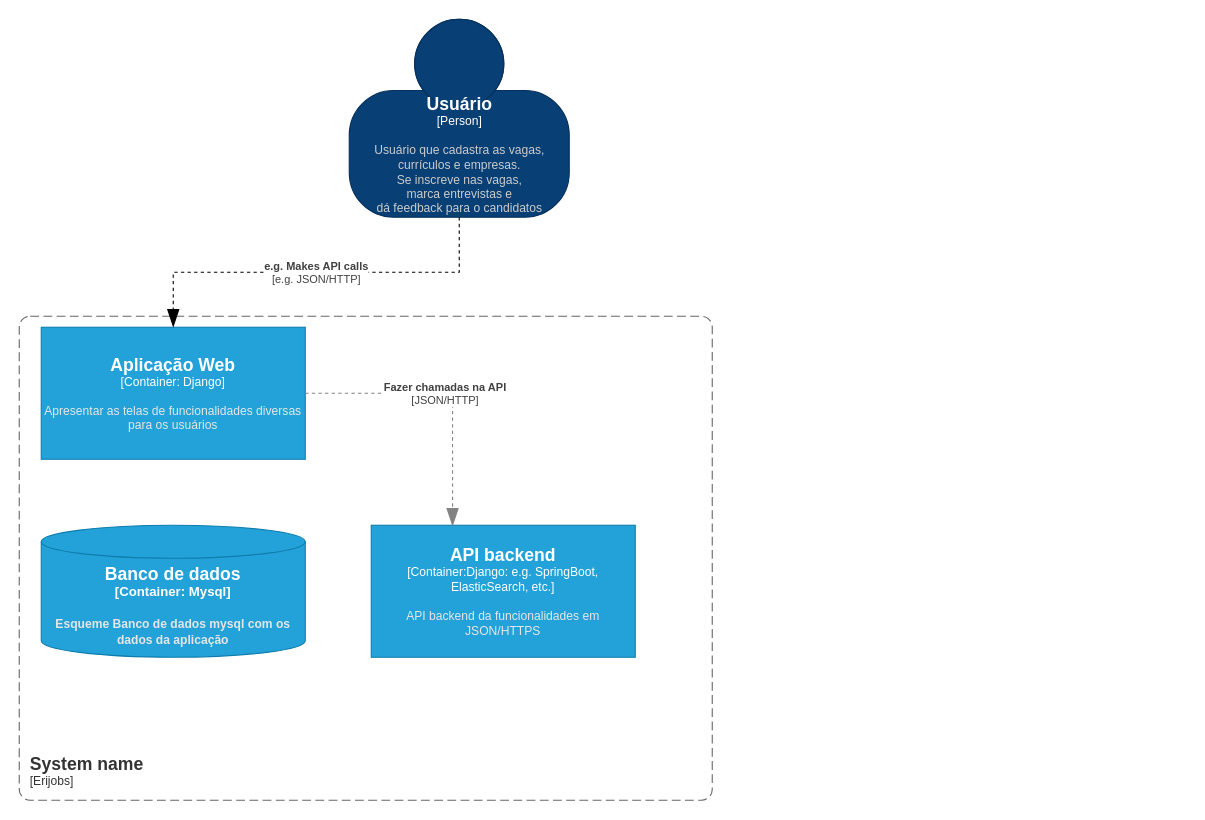
The draw.io diagram page "C4_container" (2 of 4) of Diagrama_Casos_De_uso/Diagrama sem nome.drawio in eribaru/erijobs, before the edit. Source tidied: cells renumbered, new cells numbered last; positions are measured from the earlier drawing's top-left corner, leaving out a move shared by most shapes. Both pictures are drawn from the tidied source at 110%, with x=0, y=0 at pixel (19, 19).
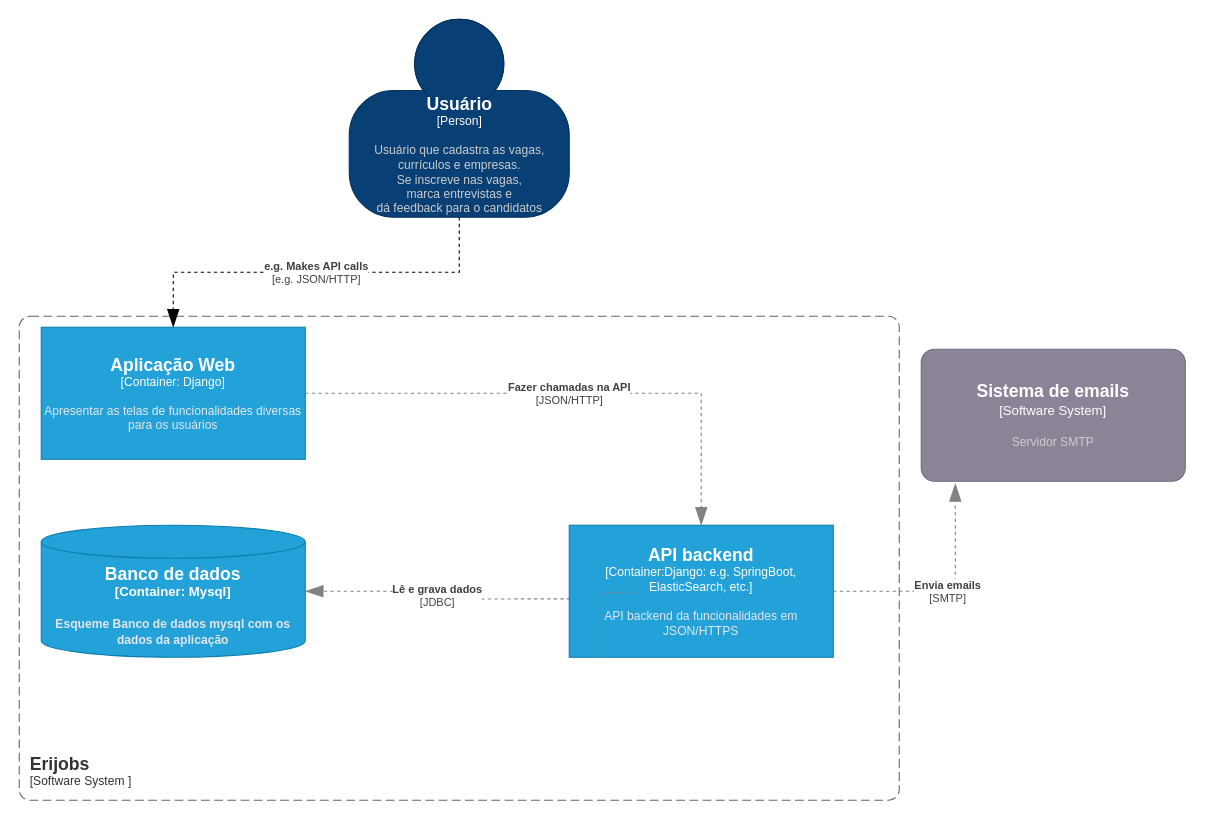
The same diagram, later.

Unchanged cells that the change refers to:
```xml
<object id="6" label="&lt;font style=&quot;font-size: 16px&quot;&gt;&lt;b&gt;%c4Type%&lt;/font&gt;&lt;div&gt;[%c4Container%:&amp;nbsp;%c4Technology%]&lt;/div&gt;&lt;br&gt;&lt;div&gt;&lt;font style=&quot;font-size: 11px&quot;&gt;&lt;font color=&quot;#E6E6E6&quot;&gt;%c4Description%&lt;/font&gt;&lt;/div&gt;" c4Container="Container" c4Description="Esqueme Banco de dados mysql com os dados da aplicação" c4Technology="Mysql" c4Type="Banco de dados" placeholders="1">
  <mxCell style="shape=cylinder3;size=15;whiteSpace=wrap;html=1;boundedLbl=1;rounded=0;labelBackgroundColor=none;fillColor=#23A2D9;fontSize=12;fontColor=#ffffff;align=center;strokeColor=#0E7DAD;points=[[0.5,0,0],[1,0.25,0],[1,0.5,0],[1,0.75,0],[0.5,1,0],[0,0.75,0],[0,0.5,0],[0,0.25,0]];" parent="1" vertex="1">
    <mxGeometry x="20" y="460" width="240" height="120" as="geometry" />
  </mxCell>
</object>
```

Change to the diagram source:
```diff
@@
-    <object id="3" label="&lt;font style=&quot;font-size: 16px&quot;&gt;&lt;b&gt;&lt;div style=&quot;text-align: left&quot;&gt;%c4Name%&lt;/div&gt;&lt;/b&gt;&lt;/font&gt;&lt;div style=&quot;text-align: left&quot;&gt;[%c4Application%]&lt;/div&gt;" c4Application="Erijobs" c4Name="System name" placeholders="1">
+    <object id="3" label="&lt;font style=&quot;font-size: 16px&quot;&gt;&lt;b&gt;&lt;div style=&quot;text-align: left&quot;&gt;%c4Name%&lt;/div&gt;&lt;/b&gt;&lt;/font&gt;&lt;div style=&quot;text-align: left&quot;&gt;[%c4Application%]&lt;/div&gt;" c4Application="Software System " c4Name="Erijobs" placeholders="1">
       <mxCell style="rounded=1;fontSize=11;whiteSpace=wrap;html=1;dashed=1;arcSize=20;fillColor=none;strokeColor=#666666;fontColor=#333333;labelBackgroundColor=none;align=left;verticalAlign=bottom;labelBorderColor=none;spacingTop=0;spacing=10;dashPattern=8 4;perimeter=rectanglePerimeter;noLabel=0;labelPadding=0;absoluteArcSize=1;" parent="1" vertex="1">
-        <mxGeometry y="270" width="630" height="440" as="geometry" />
+        <mxGeometry y="270" width="800" height="440" as="geometry" />
       </mxCell>
     </object>
@@
+    <object id="8" label="&lt;div style=&quot;text-align: left&quot;&gt;&lt;div style=&quot;text-align: center&quot;&gt;&lt;b&gt;%c4Description%&lt;/b&gt;&lt;/div&gt;&lt;div style=&quot;text-align: center&quot;&gt;[%c4Technology%]&lt;/div&gt;&lt;/div&gt;" c4Description="Fazer chamadas na API" c4Technology="JSON/HTTP" placeholders="1">
+      <mxCell style="endArrow=blockThin;html=1;fontSize=10;fontColor=#404040;strokeWidth=1;endFill=1;strokeColor=#828282;elbow=vertical;endSize=14;startSize=14;jumpStyle=arc;jumpSize=16;rounded=0;edgeStyle=orthogonalEdgeStyle;dashed=1;entryX=0.5;entryY=0;entryDx=0;entryDy=0;entryPerimeter=0;" parent="1" edge="1" target="7">
+        <mxGeometry relative="1" as="geometry">
+          <mxPoint x="260" y="340" as="sourcePoint" />
+          <Array as="points">
+            <mxPoint x="620" y="340" />
+          </Array>
+        </mxGeometry>
+      </mxCell>
+    </object>
+    <object id="9" label="&lt;font style=&quot;font-size: 16px&quot;&gt;&lt;b&gt;%c4Name%&lt;/b&gt;&lt;/font&gt;&lt;div&gt;[%c4Type%]&lt;/div&gt;&lt;br&gt;&lt;div&gt;&lt;font style=&quot;font-size: 11px&quot;&gt;&lt;font color=&quot;#cccccc&quot;&gt;%c4Description%&lt;/font&gt;&lt;/div&gt;" c4Description="Servidor SMTP" c4Name="Sistema de emails" c4Type="Software System" placeholders="1">
+      <mxCell style="rounded=1;whiteSpace=wrap;html=1;labelBackgroundColor=none;fillColor=#8C8496;fontColor=#ffffff;align=center;arcSize=10;strokeColor=#736782;points=[[0.25,0,0],[0.5,0,0],[0.75,0,0],[1,0.25,0],[1,0.5,0],[1,0.75,0],[0.75,1,0],[0.5,1,0],[0.25,1,0],[0,0.75,0],[0,0.5,0],[0,0.25,0]];shadow=0;glass=0;sketch=0;" parent="1" vertex="1">
+        <mxGeometry x="820" y="300" width="240" height="120" as="geometry" />
+      </mxCell>
+    </object>
+    <object id="10" label="&lt;div style=&quot;text-align: left&quot;&gt;&lt;div style=&quot;text-align: center&quot;&gt;&lt;b&gt;%c4Description%&lt;/b&gt;&lt;/div&gt;&lt;div style=&quot;text-align: center&quot;&gt;[%c4Technology%]&lt;/div&gt;&lt;/div&gt;" c4Description="Envia emails" c4Technology="SMTP" placeholders="1">
+      <mxCell style="endArrow=blockThin;html=1;fontSize=10;fontColor=#404040;strokeWidth=1;endFill=1;strokeColor=#828282;elbow=vertical;endSize=14;startSize=14;jumpStyle=arc;jumpSize=16;rounded=0;edgeStyle=orthogonalEdgeStyle;dashed=1;entryX=0.129;entryY=1.017;entryDx=0;entryDy=0;entryPerimeter=0;startArrow=none;" parent="1" edge="1" source="7" target="9">
+        <mxGeometry relative="1" as="geometry" />
+      </mxCell>
+    </object>
+    <object id="11" label="&lt;div style=&quot;text-align: left&quot;&gt;&lt;div style=&quot;text-align: center&quot;&gt;&lt;b&gt;%c4Description%&lt;/b&gt;&lt;/div&gt;&lt;div style=&quot;text-align: center&quot;&gt;[%c4Technology%]&lt;/div&gt;&lt;/div&gt;" c4Description="Lê e grava dados" c4Technology="JDBC" placeholders="1">
+      <mxCell style="endArrow=blockThin;html=1;fontSize=10;fontColor=#404040;strokeWidth=1;endFill=1;strokeColor=#828282;elbow=vertical;endSize=14;startSize=14;jumpStyle=arc;jumpSize=16;rounded=0;edgeStyle=orthogonalEdgeStyle;dashed=1;exitX=0.004;exitY=0.558;exitDx=0;exitDy=0;exitPerimeter=0;" parent="1" edge="1" source="7" target="6">
+        <mxGeometry relative="1" as="geometry" />
+      </mxCell>
+    </object>
     <object id="7" label="&lt;font style=&quot;font-size: 16px&quot;&gt;&lt;b&gt;%c4Name%&lt;/b&gt;&lt;/font&gt;&lt;div&gt;[%c4Type%: %c4Technology%]&lt;/div&gt;&lt;br&gt;&lt;div&gt;&lt;font style=&quot;font-size: 11px&quot;&gt;&lt;font color=&quot;#E6E6E6&quot;&gt;%c4Description%&lt;/font&gt;&lt;/div&gt;" c4Description="API backend da funcionalidades em JSON/HTTPS" c4Name="API backend" c4Technology="e.g. SpringBoot, ElasticSearch, etc." c4Type="Container:Django" placeholders="1">
       <mxCell style="rounded=0;whiteSpace=wrap;html=1;fontSize=11;labelBackgroundColor=none;fillColor=#23A2D9;fontColor=#ffffff;align=center;arcSize=10;strokeColor=#0E7DAD;points=[[0.25,0,0],[0.5,0,0],[0.75,0,0],[1,0.25,0],[1,0.5,0],[1,0.75,0],[0.75,1,0],[0.5,1,0],[0.25,1,0],[0,0.75,0],[0,0.5,0],[0,0.25,0]];" parent="1" vertex="1">
-        <mxGeometry x="320" y="460" width="240" height="120" as="geometry" />
+        <mxGeometry x="500" y="460" width="240" height="120" as="geometry" />
       </mxCell>
     </object>
-    <object id="8" label="&lt;div style=&quot;text-align: left&quot;&gt;&lt;div style=&quot;text-align: center&quot;&gt;&lt;b&gt;%c4Description%&lt;/b&gt;&lt;/div&gt;&lt;div style=&quot;text-align: center&quot;&gt;[%c4Technology%]&lt;/div&gt;&lt;/div&gt;" c4Description="Fazer chamadas na API" c4Technology="JSON/HTTP" placeholders="1">
-      <mxCell style="endArrow=blockThin;html=1;fontSize=10;fontColor=#404040;strokeWidth=1;endFill=1;strokeColor=#828282;elbow=vertical;endSize=14;startSize=14;jumpStyle=arc;jumpSize=16;rounded=0;edgeStyle=orthogonalEdgeStyle;dashed=1;entryX=0.308;entryY=0.008;entryDx=0;entryDy=0;entryPerimeter=0;" parent="1" edge="1" target="7">
-        <mxGeometry relative="1" as="geometry">
-          <mxPoint x="260" y="340" as="sourcePoint" />
-          <Array as="points">
-            <mxPoint x="394" y="340" />
-          </Array>
-        </mxGeometry>
-      </mxCell>
-    </object>
+    <mxCell id="12" style="endArrow=none;html=1;fontSize=10;fontColor=#404040;strokeWidth=1;endFill=1;strokeColor=#828282;elbow=vertical;endSize=14;startSize=14;jumpStyle=arc;jumpSize=16;rounded=0;edgeStyle=orthogonalEdgeStyle;dashed=1;entryX=0.129;entryY=1.017;entryDx=0;entryDy=0;entryPerimeter=0;" parent="1" edge="1" target="7">
+      <mxGeometry relative="1" as="geometry">
+        <mxPoint x="560" y="510" as="sourcePoint" />
+      </mxGeometry>
+    </mxCell>
```
